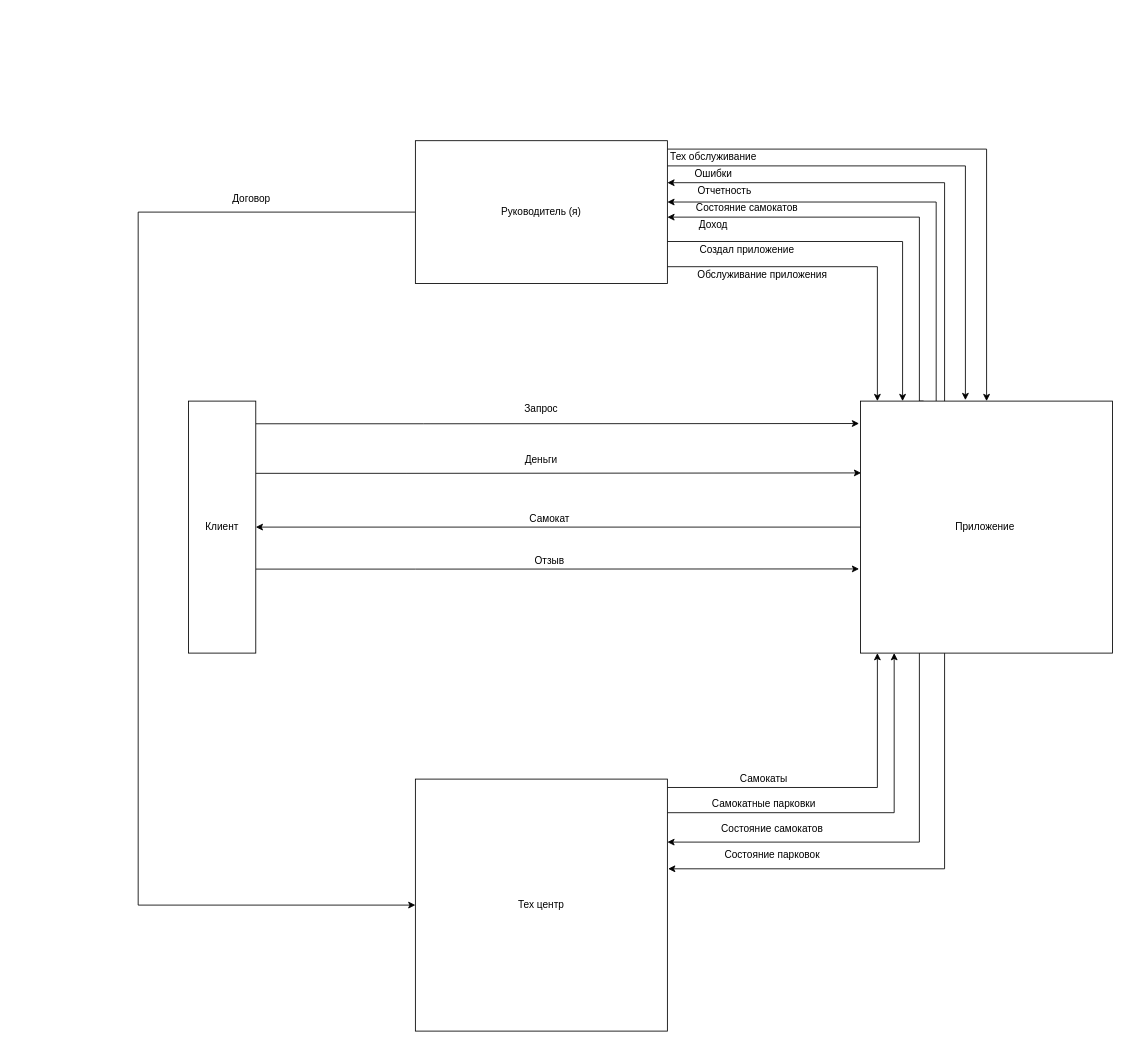
The draw.io diagram Лаба 2.drawio in DenchikKoz/Nothink, before the edit. Source tidied: cells renumbered, new cells numbered last; positions are measured from the earlier drawing's top-left corner, leaving out a move shared by most shapes. Both pictures are drawn from the tidied source at 84%, with x=0, y=0 at pixel (138, 140).
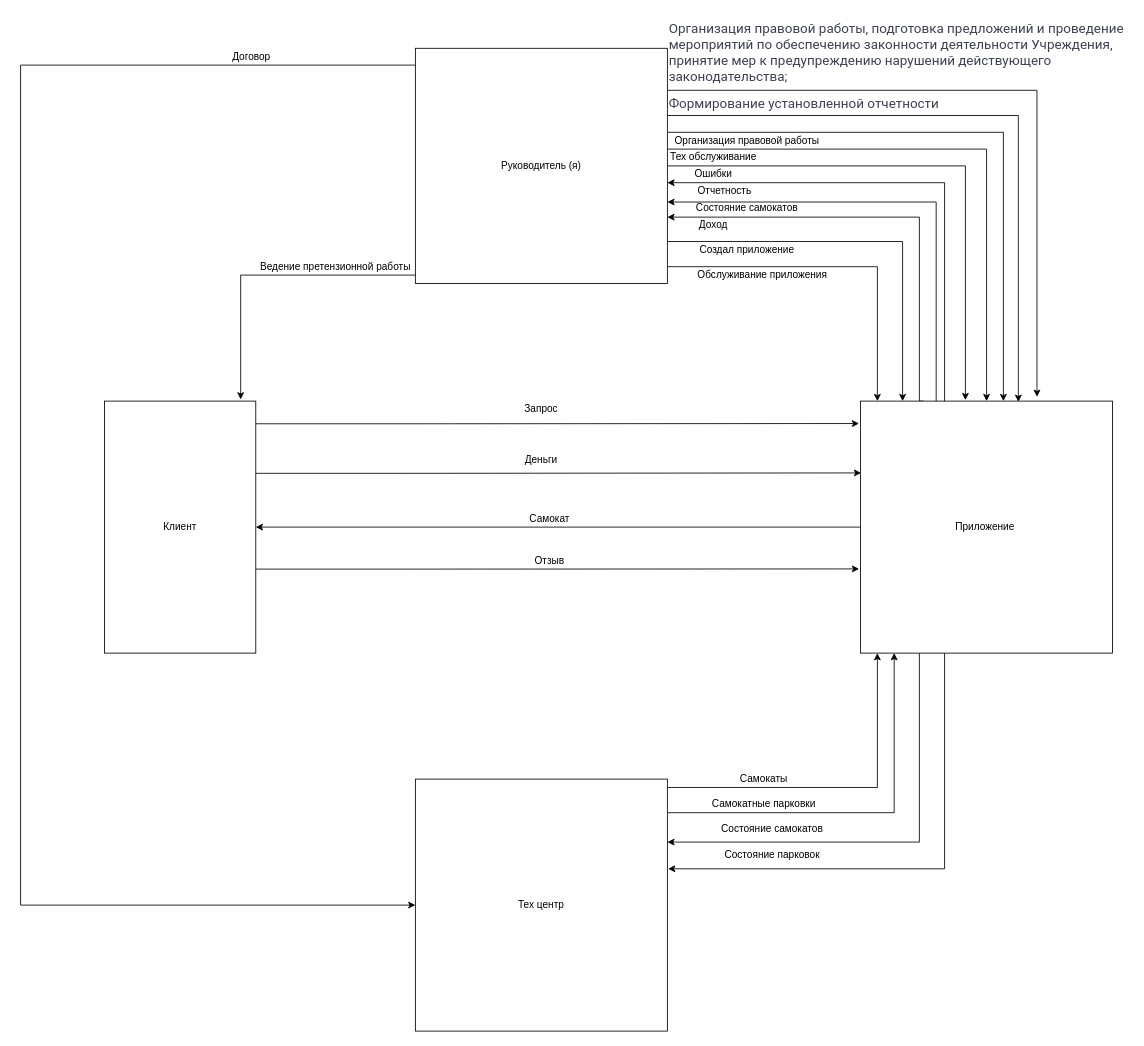
The same page after the edit.

Unchanged cells that the change refers to:
```xml
<mxCell id="11" value="Приложение&amp;nbsp;" style="rounded=0;whiteSpace=wrap;html=1;" parent="1" vertex="1">
  <mxGeometry x="860" y="310" width="300" height="300" as="geometry" />
</mxCell>
<mxCell id="20" value="Тех центр" style="rounded=0;whiteSpace=wrap;html=1;" parent="1" vertex="1">
  <mxGeometry x="330" y="760" width="300" height="300" as="geometry" />
</mxCell>
```

Change to the diagram source:
```diff
@@
     <mxCell id="5" value="Клиент" style="rounded=0;whiteSpace=wrap;html=1;" parent="1" vertex="1">
-      <mxGeometry x="60" y="310" width="80" height="300" as="geometry" />
+      <mxGeometry x="-40" y="310" width="180" height="300" as="geometry" />
     </mxCell>
@@
     <mxCell id="15" style="edgeStyle=orthogonalEdgeStyle;rounded=0;jettySize=auto;html=1;entryX=0;entryY=0.5;entryDx=0;entryDy=0;" parent="1" edge="1" source="17" target="20">
       <mxGeometry relative="1" as="geometry">
         <Array as="points">
-          <mxPoint y="85" />
-          <mxPoint y="910" />
+          <mxPoint x="-140" y="-90" />
+          <mxPoint x="-140" y="910" />
         </Array>
       </mxGeometry>
     </mxCell>
@@
+    <mxCell id="38" style="edgeStyle=orthogonalEdgeStyle;rounded=0;jettySize=auto;html=1;" parent="1" edge="1" source="17">
+      <mxGeometry relative="1" as="geometry">
+        <mxPoint x="1030" y="310" as="targetPoint" />
+        <Array as="points">
+          <mxPoint x="1030" y="-10" />
+        </Array>
+      </mxGeometry>
+    </mxCell>
+    <mxCell id="39" style="edgeStyle=orthogonalEdgeStyle;rounded=0;jettySize=auto;html=1;" parent="1" edge="1" source="17">
+      <mxGeometry relative="1" as="geometry">
+        <mxPoint x="122" y="308" as="targetPoint" />
+        <Array as="points">
+          <mxPoint x="122" y="160" />
+        </Array>
+      </mxGeometry>
+    </mxCell>
+    <mxCell id="40" style="edgeStyle=orthogonalEdgeStyle;rounded=0;jettySize=auto;html=1;entryX=0.626;entryY=0.003;entryDx=0;entryDy=0;entryPerimeter=0;" parent="1" edge="1" source="17" target="11">
+      <mxGeometry relative="1" as="geometry">
+        <Array as="points">
+          <mxPoint x="600" y="-30" />
+          <mxPoint x="1048" y="-30" />
+        </Array>
+      </mxGeometry>
+    </mxCell>
+    <mxCell id="41" style="edgeStyle=orthogonalEdgeStyle;rounded=0;jettySize=auto;html=1;entryX=0.7;entryY=-0.017;entryDx=0;entryDy=0;entryPerimeter=0;" parent="1" edge="1" source="17" target="11">
+      <mxGeometry relative="1" as="geometry">
+        <Array as="points">
+          <mxPoint x="1070" y="-60" />
+        </Array>
+      </mxGeometry>
+    </mxCell>
     <mxCell id="17" value="Руководитель (я)" style="rounded=0;whiteSpace=wrap;html=1;" parent="1" vertex="1">
-      <mxGeometry x="330" width="300" height="170" as="geometry" />
+      <mxGeometry x="330" y="-110" width="300" height="280" as="geometry" />
     </mxCell>
@@
     <mxCell id="37" value="Договор" style="text;html=1;strokeColor=none;fillColor=none;align=center;verticalAlign=middle;whiteSpace=wrap;rounded=0;" parent="1" vertex="1">
-      <mxGeometry x="70" y="60" width="130" height="20" as="geometry" />
+      <mxGeometry x="70" y="-110" width="130" height="20" as="geometry" />
     </mxCell>
+    <mxCell id="42" value="Организация правовой работы" style="text;html=1;strokeColor=none;fillColor=none;align=center;verticalAlign=middle;whiteSpace=wrap;rounded=0;" parent="1" vertex="1">
+      <mxGeometry x="630" y="-10" width="190" height="20" as="geometry" />
+    </mxCell>
+    <mxCell id="43" value="Ведение претензионной работы" style="text;html=1;strokeColor=none;fillColor=none;align=center;verticalAlign=middle;whiteSpace=wrap;rounded=0;" parent="1" vertex="1">
+      <mxGeometry x="140" y="140" width="190" height="20" as="geometry" />
+    </mxCell>
+    <mxCell id="44" value="&lt;span style=&quot;color: rgb(60, 64, 82); font-family: roboto, sans-serif; font-size: 16px; font-style: normal; font-weight: 400; letter-spacing: normal; text-indent: 0px; text-transform: none; word-spacing: 0px; background-color: rgb(255, 255, 255); display: inline; float: none;&quot;&gt;Формирование установленной отчетности&lt;/span&gt;" style="text;whiteSpace=wrap;html=1;" parent="1" vertex="1">
+      <mxGeometry x="630" y="-60" width="340" height="30" as="geometry" />
+    </mxCell>
+    <mxCell id="45" value="&lt;span style=&quot;color: rgb(60, 64, 82); font-family: roboto, sans-serif; font-size: 16px; font-style: normal; font-weight: 400; letter-spacing: normal; text-indent: 0px; text-transform: none; word-spacing: 0px; background-color: rgb(255, 255, 255); display: inline; float: none;&quot;&gt;Организация правовой работы, подготовка предложений и проведение мероприятий по обеспечению законности деятельности Учреждения, принятие мер к предупреждению нарушений действующего законодательства;&lt;/span&gt;" style="text;whiteSpace=wrap;html=1;" parent="1" vertex="1">
+      <mxGeometry x="630" y="-150" width="550" height="80" as="geometry" />
+    </mxCell>
```
